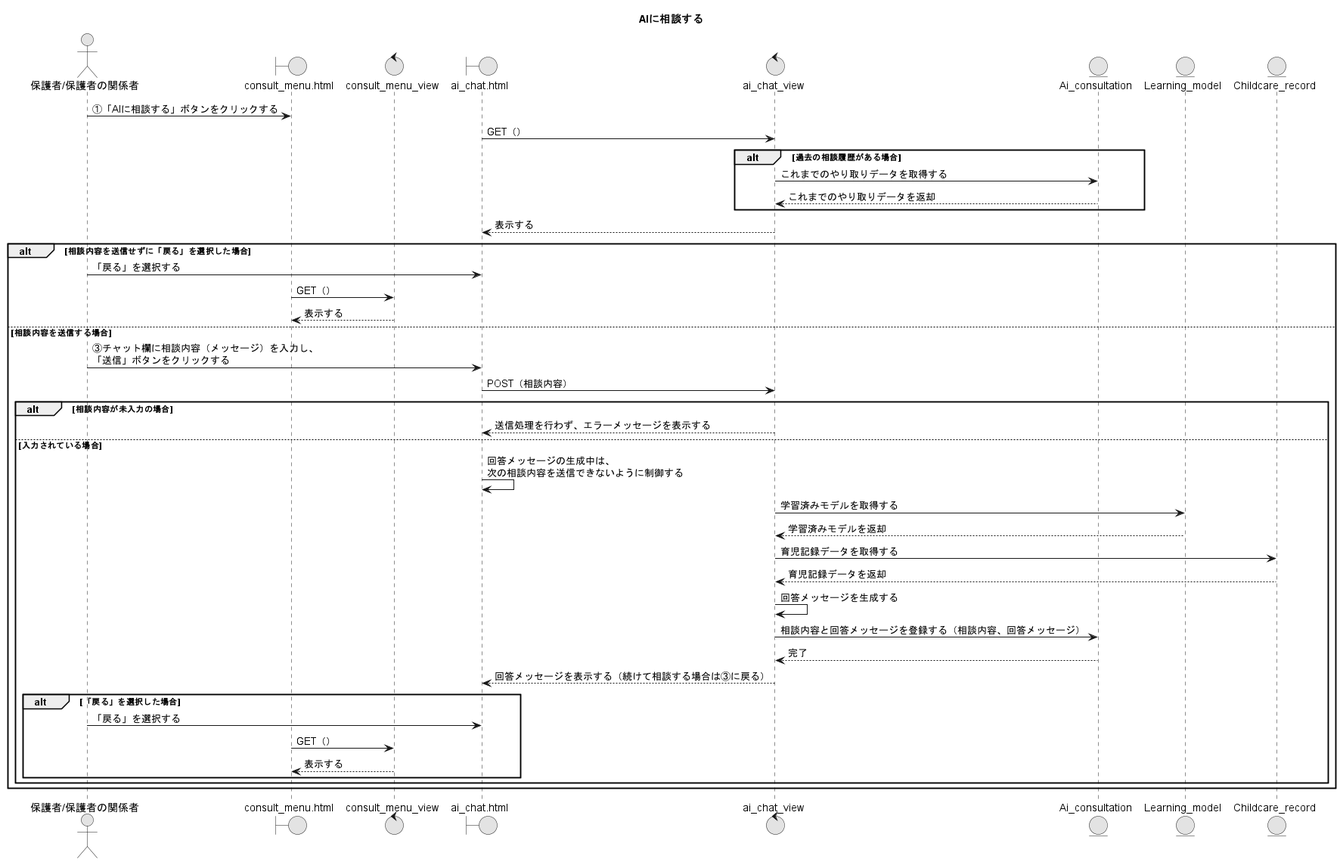
Before: PNG/09_AIに相談する.png, a diagram exported from PlantUML (Ma2naga190330/26_sotugyou_puml).
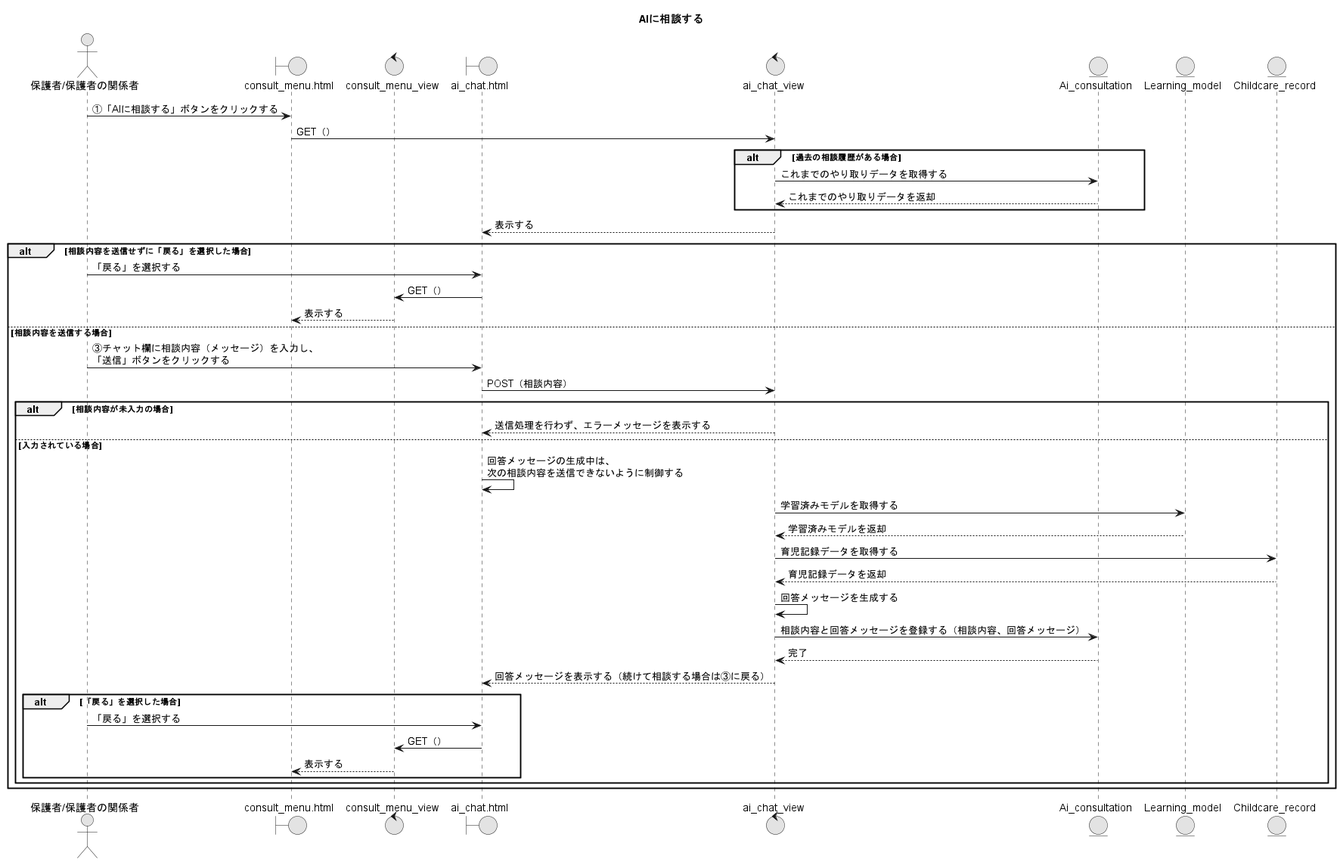
The same file after the commit.

Diff of the diagram source:
```diff
@@ -13,7 +13,7 @@
 entity "Childcare_record" as CRM
 
 A -> CMP : ①「AIに相談する」ボタンをクリックする
-ACP -> ACV : GET（）
+CMP -> ACV : GET（）
 alt 過去の相談履歴がある場合
   ACV -> ACSM : これまでのやり取りデータを取得する
   ACV <-- ACSM : これまでのやり取りデータを返却
@@ -22,7 +22,7 @@
 
 alt 相談内容を送信せずに「戻る」を選択した場合
   A -> ACP : 「戻る」を選択する
-  CMP -> CMV : GET（）
+  ACP -> CMV : GET（）
   CMV --> CMP : 表示する
 else 相談内容を送信する場合
   A -> ACP : ③チャット欄に相談内容（メッセージ）を入力し、\n「送信」ボタンをクリックする
@@ -41,7 +41,7 @@
     ACV --> ACP : 回答メッセージを表示する（続けて相談する場合は③に戻る）
     alt 「戻る」を選択した場合
       A -> ACP : 「戻る」を選択する
-      CMP -> CMV : GET（）
+      ACP -> CMV : GET（）
       CMV --> CMP : 表示する
     end
   end
```
